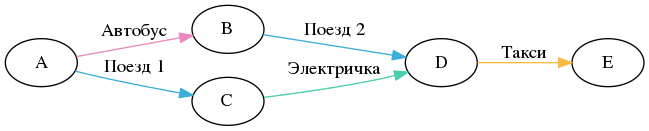
Earlier version of the Graphviz export documents/thesis/images/multimodal_example.png (khovanskiy/bachelor-thesis). Its source is kept beside it as documents/thesis/images/multimodal_example.dot. The source it was exported from:
```dot
digraph example {
	rankdir = LR;
	A;
	B;
	C;
	D;
	E;
	A -> B [label="Автобус", color="#ea89bf"];
	A -> C [label="Поезд 1", color="#3bafda"];
	B -> D [label="Поезд 2", color="#3bafda"];
	C -> D [label="Электричка", color="#48cfad"];
	D -> E [label="Такси", color="#f6bb42"];
}
```
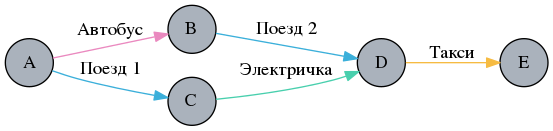
Above is the later version.

Change to the diagram source:
```diff
@@ -1,5 +1,6 @@
 digraph example {
 	rankdir = LR;
+	node [style=filled, shape=circle, fillcolor="#aab2bc", fontcolor="#000000"];
 	A;
 	B;
 	C;
```
